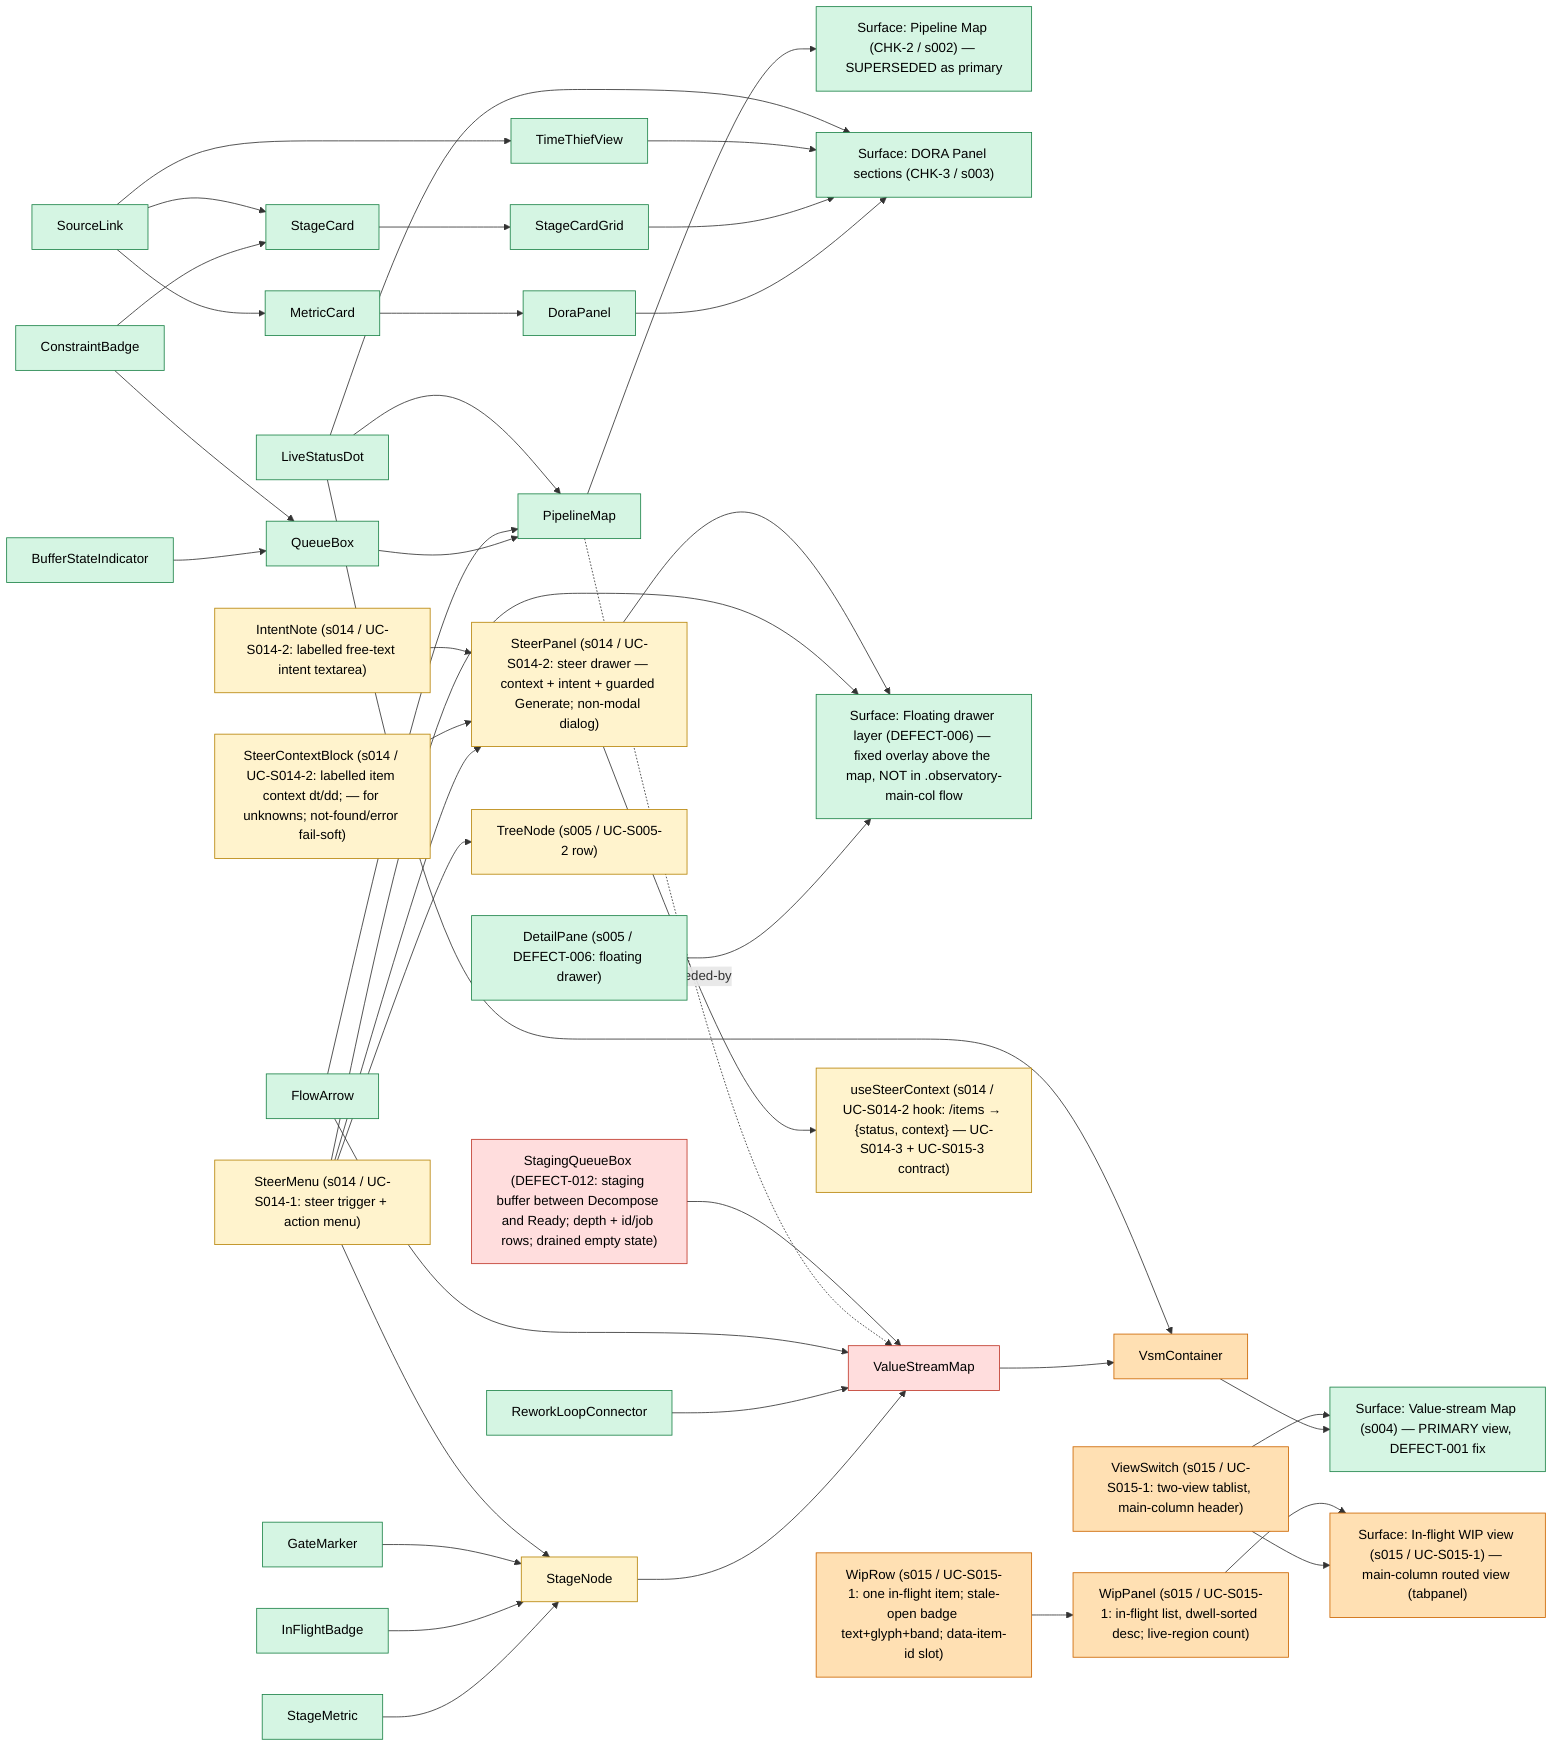
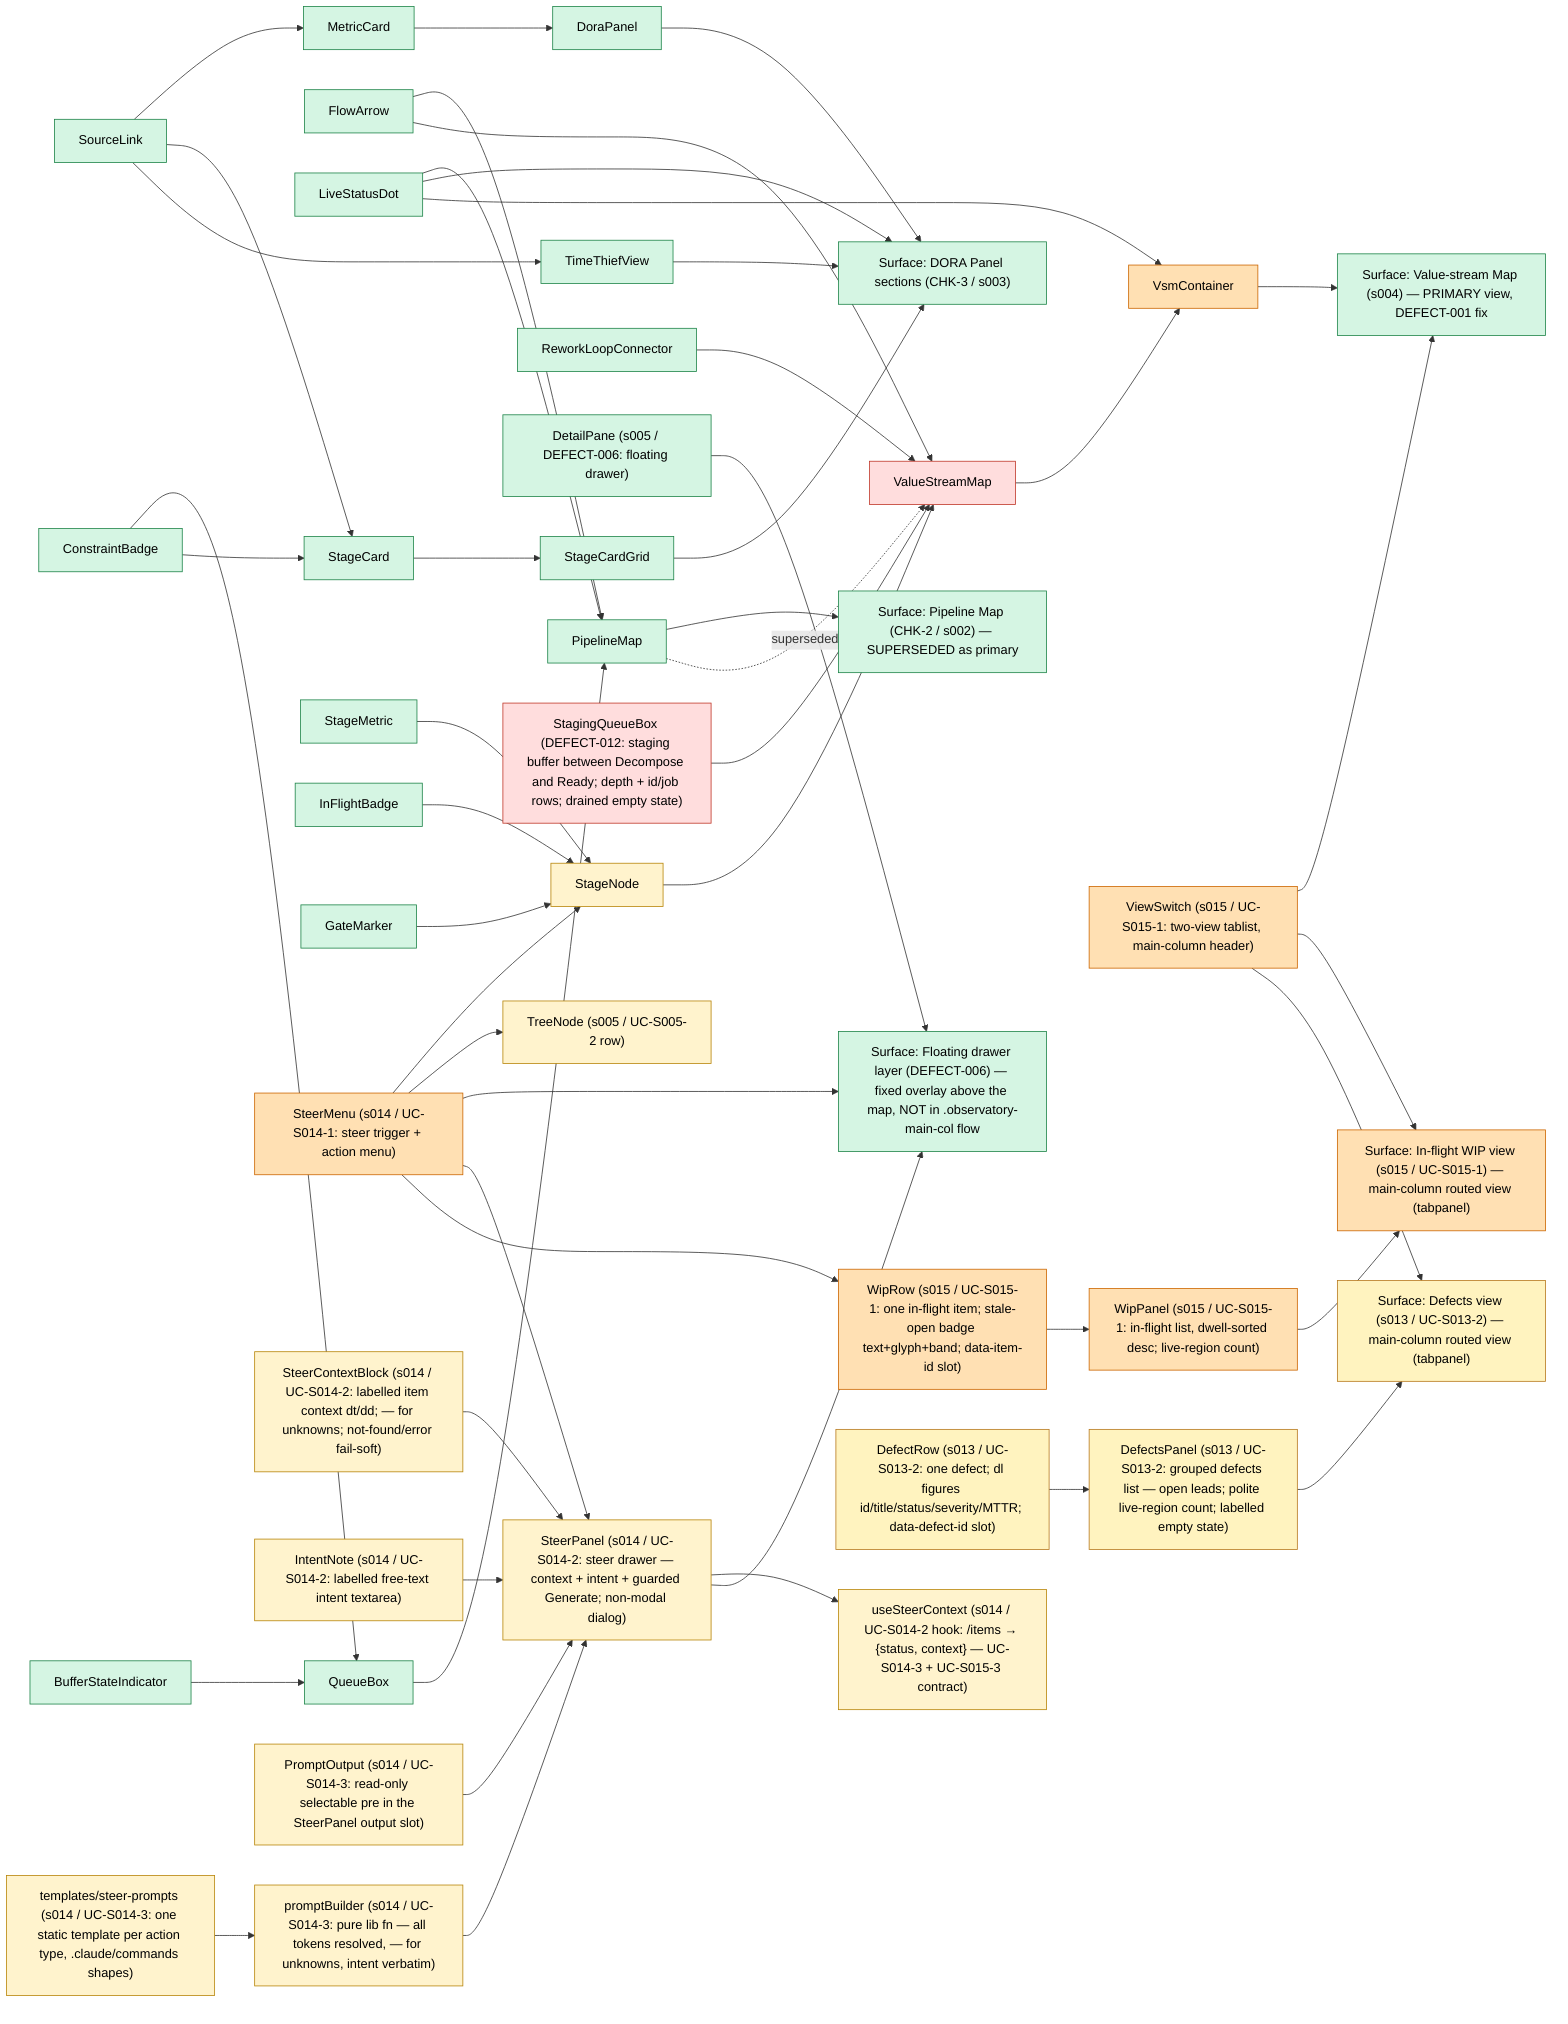
%% Observatory UI change-impact model — design-system components -> surfaces that use them.
%% Owner: ui-designer. Edges = "used by". Nodes/edges added or re-pointed in a commit
%% are marked `class ... changed` in the SAME commit; the tester consumes the marks
%% as the UI test-plan input, then they are cleared at slice delivery.
%% Seeded: s002-pipeline-map (CHK-2) — DELIVERED 2026-06-09T02:22:00Z; all nodes stable.
graph LR
  %% --- surfaces ---
  PipelineMapScreen["Surface: Pipeline Map (CHK-2 / s002) — SUPERSEDED as primary"]
  DoraPanelScreen["Surface: DORA Panel sections (CHK-3 / s003)"]
  ValueStreamScreen["Surface: Value-stream Map (s004) — PRIMARY view, DEFECT-001 fix"]
  ObservatoryDrawerLayer["Surface: Floating drawer layer (DEFECT-006) — fixed overlay above the map, NOT in .observatory-main-col flow"]

  %% --- design-system components ---
  PipelineMap["PipelineMap"]
  QueueBox["QueueBox"]
  BufferStateIndicator["BufferStateIndicator"]
  ConstraintBadge["ConstraintBadge"]
  FlowArrow["FlowArrow"]
  LiveStatusDot["LiveStatusDot"]
  DoraPanel["DoraPanel"]
  MetricCard["MetricCard"]
  StageCardGrid["StageCardGrid"]
  StageCard["StageCard"]
  TimeThiefView["TimeThiefView"]
  SourceLink["SourceLink"]
  %% s004 value-stream components (DEFECT-001 fix) — mounted as the PRIMARY view
  VsmContainer["VsmContainer"]
  ValueStreamMap["ValueStreamMap"]
  StageNode["StageNode"]
  StageMetric["StageMetric"]
  InFlightBadge["InFlightBadge"]
  GateMarker["GateMarker"]
  ReworkLoopConnector["ReworkLoopConnector"]

  %% --- used-by edges ---
  PipelineMap --> PipelineMapScreen
  QueueBox --> PipelineMap
  BufferStateIndicator --> QueueBox
  ConstraintBadge --> QueueBox
  FlowArrow --> PipelineMap
  LiveStatusDot --> PipelineMap
  %% CHK-3 (s003) used-by edges
  DoraPanel --> DoraPanelScreen
  StageCardGrid --> DoraPanelScreen
  TimeThiefView --> DoraPanelScreen
  MetricCard --> DoraPanel
  StageCard --> StageCardGrid
  ConstraintBadge --> StageCard
  SourceLink --> MetricCard
  SourceLink --> StageCard
  SourceLink --> TimeThiefView
  LiveStatusDot --> DoraPanelScreen
  %% s004 (DEFECT-001) used-by edges — the value-stream map becomes the primary surface.
  %% Runtime routing path: main.jsx mounts VsmContainer (NOT MapContainer) → ValueStreamMap.
  VsmContainer --> ValueStreamScreen
  ValueStreamMap --> VsmContainer
  StageNode --> ValueStreamMap
  StageMetric --> StageNode
  InFlightBadge --> StageNode
  GateMarker --> StageNode
  ReworkLoopConnector --> ValueStreamMap
  FlowArrow --> ValueStreamMap
  LiveStatusDot --> VsmContainer
  %% supersession: PipelineMap is no longer mounted as the primary view (still in tree, tested).
  PipelineMap -. superseded-by .-> ValueStreamMap

  %% DEFECT-006: DetailPane RE-POINTED — was an in-flow sibling of ValueStreamMap inside
  %% .observatory-main-col (reflowed the map); now a position:fixed floating drawer on its
  %% own overlay layer. The re-point is the regression-guard input for the tester (GEO-S005-3b).
  DetailPane["DetailPane (s005 / DEFECT-006: floating drawer)"]
  DetailPane --> ObservatoryDrawerLayer

  %% s014 / UC-S014-1: SteerMenu (NEW) — per-item steer trigger + body-portalled
  %% role=menu popover (4 action types). Composed READ-ONLY into the queue chips
  %% (StageNode) and the tree rows (TreeNode); onSteer(itemId, actionType) prop
  %% slot threads VsmContainer→ValueStreamMap→StageNode and WorkItemTree→TreeNode
  %% (no host logic change). The popover renders on the fixed-overlay layer
  %% (DEFECT-006 discipline) — zero flow height, own stacking context.
  %% NOTE for tester: trigger carries data-steer-item-id (NOT data-item-id — that
  %% stays the treeitem's unique selector); MetricSource reveal panels are now
  %% pointer-events:none so they cannot intercept clicks on the chips' triggers.
  TreeNode["TreeNode (s005 / UC-S005-2 row)"]
  SteerMenu["SteerMenu (s014 / UC-S014-1: steer trigger + action menu)"]
  SteerMenu --> StageNode
  SteerMenu --> TreeNode
  SteerMenu --> ObservatoryDrawerLayer

  %% s014 / UC-S014-2: SteerPanel (NEW) — the right-anchored NON-MODAL steer
  %% drawer the SteerMenu opens (DetailPane drawer IDIOM, not the component):
  %% position:fixed + portalled to document.body, z = --z-drawer + 1 (topmost
  %% over a co-open DetailPane). Regions: header → SteerContextBlock (labelled
  %% dt/dd context, data-source anchor) → IntentNote textarea → guarded
  %% "Generate prompt" (aria-disabled until ≥1 char) → UC-S014-3 output SLOT.
  %% Data: useSteerContext(itemId) fetches the EXISTING /items endpoint
  %% (READ-ONLY; no new route) → {status, context} — the contract UC-S014-3
  %% (promptBuilder) and UC-S015-3 (ReslicePreviewPanel) consume verbatim.
  %% RUNTIME ROUTING for the tester: ObservatoryView now OWNS the steer gesture
  %% — onSteer threads ObservatoryView→WorkItemTreeContainer→WorkItemTree→
  %% TreeNode→SteerMenu AND ObservatoryView→VsmContainer→ValueStreamMap→
  %% StageNode→SteerMenu (UC-S014-1's stub destination is now real); selection
  %% mounts SteerPanelContainer as a layout sibling (body-portalled overlay).
  %% Esc/×/Cancel close → focus RETURNS to the opening steer trigger.
  SteerPanel["SteerPanel (s014 / UC-S014-2: steer drawer — context + intent + guarded Generate; non-modal dialog)"]
  SteerContextBlock["SteerContextBlock (s014 / UC-S014-2: labelled item context dt/dd; — for unknowns; not-found/error fail-soft)"]
  IntentNote["IntentNote (s014 / UC-S014-2: labelled free-text intent textarea)"]
  UseSteerContext["useSteerContext (s014 / UC-S014-2 hook: /items → {status, context} — UC-S014-3 + UC-S015-3 contract)"]
  SteerMenu --> SteerPanel
  SteerPanel --> UseSteerContext
  SteerContextBlock --> SteerPanel
  IntentNote --> SteerPanel
  SteerPanel --> ObservatoryDrawerLayer

+   %% s014 / UC-S014-3 THIS commit: promptBuilder (NEW) — PURE lib fn (steer
+   %% action type + SteerContext + intent note → filled slash-command prompt;
+   %% client-side only, NO server call on Generate). Templates are STATIC
+   %% strings, one per action type, shapes matching the committed
+   %% .claude/commands (/defect's four REAL fields expected/actual/intent/
+   %% importance; /intake priority update; /slice-next re-slice; freeform
+   %% custom). RUNTIME ROUTING for the tester: SteerPanelContainer (NOT
+   %% ObservatoryView — untouched this UC) owns generation — panel onGenerate →
+   %% buildPrompt → `prompt` prop → PromptOutput <pre> rendered INSIDE the
+   %% UC-S014-2 reserved slot (prompt-output-slot). Output is SELECTABLE text
+   %% (user-select: text); prompt carries item id WITH job sentence + operator
+   %% intent VERBATIM, never raw row refs (no sourceRef path / row:N). Copy
+   %% button/toast + SSE refresh are UC-S014-4 — pinned ABSENT by
+   %% SteerPanelPrompt.test.jsx.
+   PromptBuilder["promptBuilder (s014 / UC-S014-3: pure lib fn — all tokens resolved, — for unknowns, intent verbatim)"]
+   SteerPromptTemplates["templates/steer-prompts (s014 / UC-S014-3: one static template per action type, .claude/commands shapes)"]
+   PromptOutput["PromptOutput (s014 / UC-S014-3: read-only selectable pre in the SteerPanel output slot)"]
+   PromptBuilder --> SteerPanel
+   SteerPromptTemplates --> PromptBuilder
+   PromptOutput --> SteerPanel
+ 
  %% s015 / UC-S015-1: WIP navigation panel — ROUTED VIEW (EXP-016). ObservatoryView's
  %% main column gains a ViewSwitch tablist ("Pipeline" | "In-flight WIP") that swaps
  %% the column content between VsmContainer (default) and WipPanel. The two surfaces
  %% NEVER co-exist (inactive tabpanel is hidden AND empty → genuinely unmounted), so
  %% there is no overlay-reflow failure mode by construction (GEO-S015-1).
  %% RUNTIME ROUTING CHANGE for the tester: VsmContainer is now mounted CONDITIONALLY
  %% inside the pipeline tabpanel (was: unconditionally in .observatory-main-col) —
  %% GEO-S015-1 pins that switch-away-and-back restores a byte-identical VSM bbox.
  %% WipRow carries data-item-id — the composition slot UC-S015-2's SteerMenu reads.
  WipViewScreen["Surface: In-flight WIP view (s015 / UC-S015-1) — main-column routed view (tabpanel)"]
  ViewSwitch["ViewSwitch (s015 / UC-S015-1: two-view tablist, main-column header)"]
  WipPanel["WipPanel (s015 / UC-S015-1: in-flight list, dwell-sorted desc; live-region count)"]
  WipRow["WipRow (s015 / UC-S015-1: one in-flight item; stale-open badge text+glyph+band; data-item-id slot)"]
  ViewSwitch --> ValueStreamScreen
  ViewSwitch --> WipViewScreen
  WipPanel --> WipViewScreen
  WipRow --> WipPanel

+   %% s015 / UC-S015-2 THIS commit: SteerMenu composed READ-ONLY into WipRow as the
+   %% trailing row element (the TreeNode/StageNode idiom; trigger rides
+   %% data-steer-item-id, the row keeps data-item-id unique). RUNTIME ROUTING for
+   %% the tester: onSteer threads ObservatoryView→WipPanelContainer→WipPanel→
+   %% WipRow→SteerMenu; ALL FOUR actions (incl. re-slice — explicit no-dead-end,
+   %% interim until UC-S015-3 re-points that one branch) open the EXISTING
+   %% SteerPanel with the item pre-loaded; close returns focus to the WIP-row trigger.
+   SteerMenu --> WipRow
+ 
  %% DEFECT-012: StagingQueueBox (NEW) — the staging buffer ("decomposed,
  %% awaiting triage") rendered INSIDE ValueStreamMap's queue lane BETWEEN the
  %% Decompose and Ready stage nodes, wrapped with two MiniArrows in the
  %% .staging-handoff flex item (replaces the old decompose→ready FlowArrow).
  %% Data: VsmContainer loads GET /queues/staging (getStagingQueue) and passes
  %% the {queue,depth,rows} envelope down; re-fetches on a staging.csv SSE frame.
  %% NOTE for tester: box is NOT focusable (A11Y-3 tab walk unchanged); testid
  %% staging-buffer (NOT stage-*); depth 0 renders an explicit drained state.
  StagingQueueBox["StagingQueueBox (DEFECT-012: staging buffer between Decompose and Ready; depth + id/job rows; drained empty state)"]
  StagingQueueBox --> ValueStreamMap
+ 
+   %% s013 / UC-S013-2: Defects view — THIRD ROUTED VIEW in the main column.
+   %% ViewSwitch (s015, EXTENDED — no fork: the TABS table grew to three; the
+   %% active/onSelect contract is unchanged) now fans out to THREE view screens.
+   %% DefectsPanel lists the /defects records grouped CONFIRMED-first then CLOSED
+   %% (grouping/sort in useDefects — the panel is pure render); same hidden-AND-
+   %% empty tabpanel discipline as the WIP view (GEO-S013-2-1: lossless switch).
+   %% NOTE for tester: DefectRow carries data-defect-id (NOT data-item-id — that
+   %% stays the tree/WIP unique contract) — the slot UC-S013-3's drill composes
+   %% against. Open row cue = "OPEN" text + ⚠ glyph + --c-state-over band (never
+   %% colour alone); ledger-only null severity renders "—"; open MTTR renders
+   %% "open", never "0". Heading focus is a LAYOUT effect (sha 0c2b49c idiom —
+   %% deterministic on mount, never racing a re-render).
+   DefectsViewScreen["Surface: Defects view (s013 / UC-S013-2) — main-column routed view (tabpanel)"]
+   DefectsPanel["DefectsPanel (s013 / UC-S013-2: grouped defects list — open leads; polite live-region count; labelled empty state)"]
+   DefectRow["DefectRow (s013 / UC-S013-2: one defect; dl figures id/title/status/severity/MTTR; data-defect-id slot)"]
+   ViewSwitch --> DefectsViewScreen
+   DefectsPanel --> DefectsViewScreen
+   DefectRow --> DefectsPanel

  classDef delivered fill:#d5f5e3,stroke:#1e8449,color:#000;
  %% CHK-3 (s003) DROPPED — scope absorbed into CHK-2 restated done-condition (s004 delivered).
  %% s004 DELIVERED 2026-06-10T11:00:00Z — CHK-2 done-condition MET.
  %% DEFECT-006 FIXED — DetailPane floating-drawer re-point delivered as part of s005 (CHK-4 done 2026-06-10T19:00:00Z).
  %% All of the above: s003-changed, s004changed, defect006changed marks cleared at their delivery.
  %% (ValueStreamMap moved to def012changed below — DEFECT-012 queue-lane re-route.)
  class PipelineMapScreen,PipelineMap,QueueBox,BufferStateIndicator,ConstraintBadge,FlowArrow,LiveStatusDot,DoraPanelScreen,DoraPanel,MetricCard,StageCardGrid,StageCard,TimeThiefView,SourceLink,ValueStreamScreen,VsmContainer,StageMetric,InFlightBadge,GateMarker,ReworkLoopConnector,DetailPane,ObservatoryDrawerLayer delivered;
  %% s014 still in-flight: UC-S014-1+2 done but UC-S014-3/4 planned; SteerMenu+StageNode+TreeNode
  %% remain in blast radius for the remaining s014 UCs (prompt builder, clipboard/SSE).
  %% UC-S014-2 THIS commit: SteerPanel/SteerContextBlock/IntentNote/useSteerContext added;
  %% SteerMenu→SteerPanel edge made real (onSteer now opens the panel — ObservatoryView +
  %% WorkItemTreeContainer carry the pass-through). Tester UI test-plan input.
  %% Convention: s014changed cleared only at full s014 slice delivery after tester final sign-off.
  classDef s014changed fill:#fff3cd,stroke:#b8860b,color:#000;
-   class SteerMenu,TreeNode,StageNode,SteerPanel,SteerContextBlock,IntentNote,UseSteerContext s014changed;
-   %% s015 / UC-S015-1 nodes added THIS commit + VsmContainer re-pointed (conditional
-   %% mount inside the pipeline tabpanel) — tester UI test-plan input; cleared at
-   %% s015 delivery after the tester consumes.
+   %% UC-S014-3 THIS commit: PromptBuilder/SteerPromptTemplates/PromptOutput added;
+   %% SteerPanel + its container gained the prompt prop + generation wiring
+   %% (ObservatoryView untouched). Tester UI test-plan input.
+   class SteerMenu,TreeNode,StageNode,SteerPanel,SteerContextBlock,IntentNote,UseSteerContext,PromptBuilder,SteerPromptTemplates,PromptOutput s014changed;
+   %% s015 / UC-S015-1 nodes added + VsmContainer re-pointed (conditional
+   %% mount inside the pipeline tabpanel); UC-S015-2 adds the SteerMenu --> WipRow
+   %% edge (trailing steer composition; SteerMenu joins the s015 blast radius —
+   %% it keeps its s014changed mark, s014 still in flight, but the WipRow hosting
+   %% edge is s015's). Tester UI test-plan input; cleared at s015 delivery after
+   %% the tester consumes.
  classDef s015changed fill:#ffe0b3,stroke:#cc6600,color:#000;
-   class WipViewScreen,ViewSwitch,WipPanel,WipRow,VsmContainer s015changed;
+   class WipViewScreen,ViewSwitch,WipPanel,WipRow,VsmContainer,SteerMenu s015changed;
  %% DEFECT-012 — StagingQueueBox added + ValueStreamMap queue lane re-routed
  %% (decompose→staging→ready connectors); cleared at delivery after the tester consumes.
  classDef def012changed fill:#fdd,stroke:#c0392b,color:#000;
  class StagingQueueBox,ValueStreamMap def012changed;
+   %% s013 / UC-S013-2 — DefectsViewScreen/DefectsPanel/DefectRow added THIS commit;
+   %% ViewSwitch EXTENDED to three tabs in the same commit (it keeps its s015changed
+   %% mark — s015 is still in flight — but it IS in the s013 blast radius too: the
+   %% ViewSwitch --> DefectsViewScreen edge above is s013's). Tester UI test-plan
+   %% input; cleared at s013 delivery after the tester consumes.
+   classDef s013changed fill:#fff3bf,stroke:#b7791f,color:#000;
+   class DefectsViewScreen,DefectsPanel,DefectRow s013changed;
